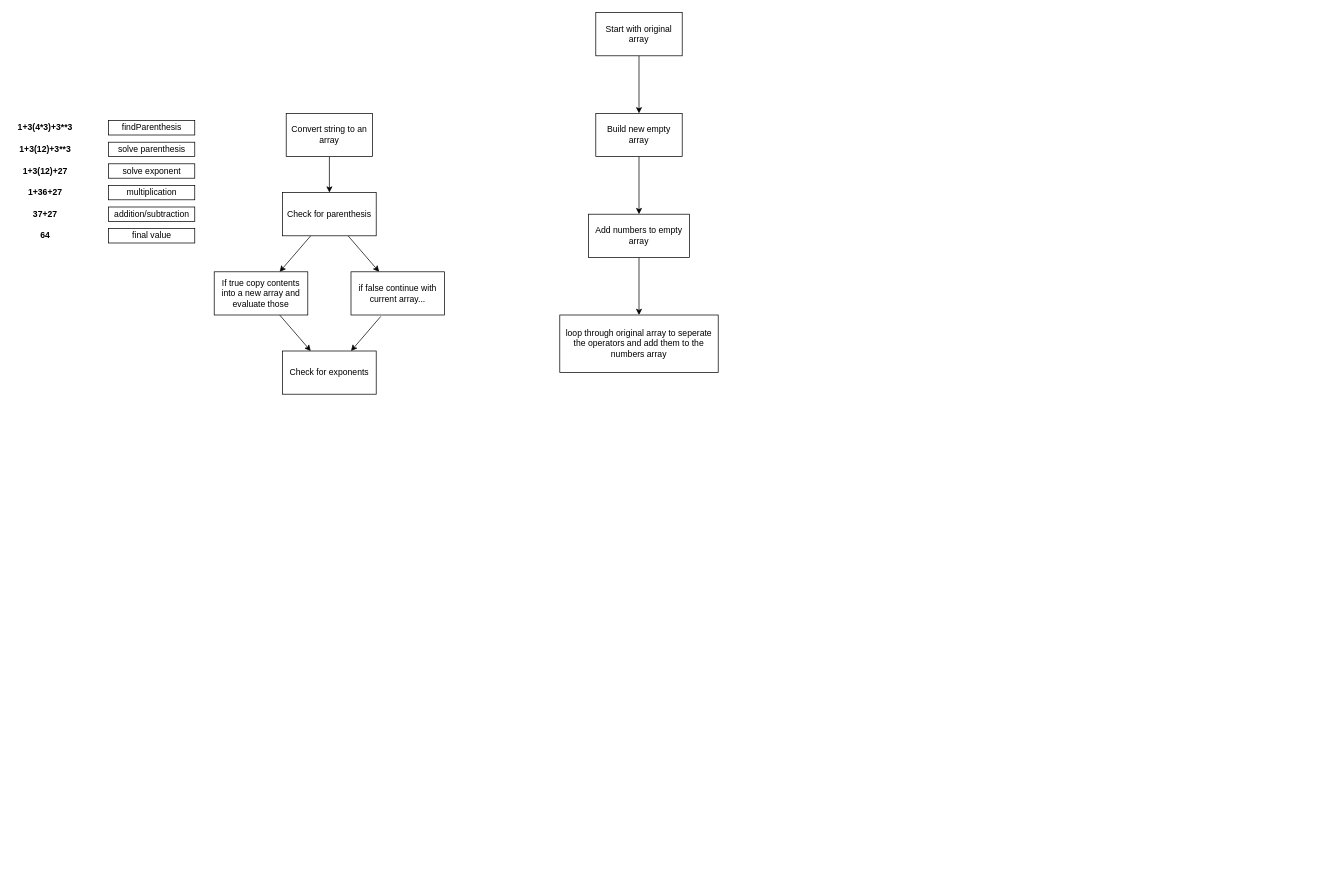
My-Code-Challenges/evaluate-strings keeps this draw.io diagram as concept.drawio. Above is the earlier version. Source tidied: cells renumbered, new cells numbered last; positions are measured from the earlier drawing's top-left corner, leaving out a move shared by most shapes. Both pictures are drawn from the tidied source at 72%, with x=0, y=0 at pixel (12, 12).
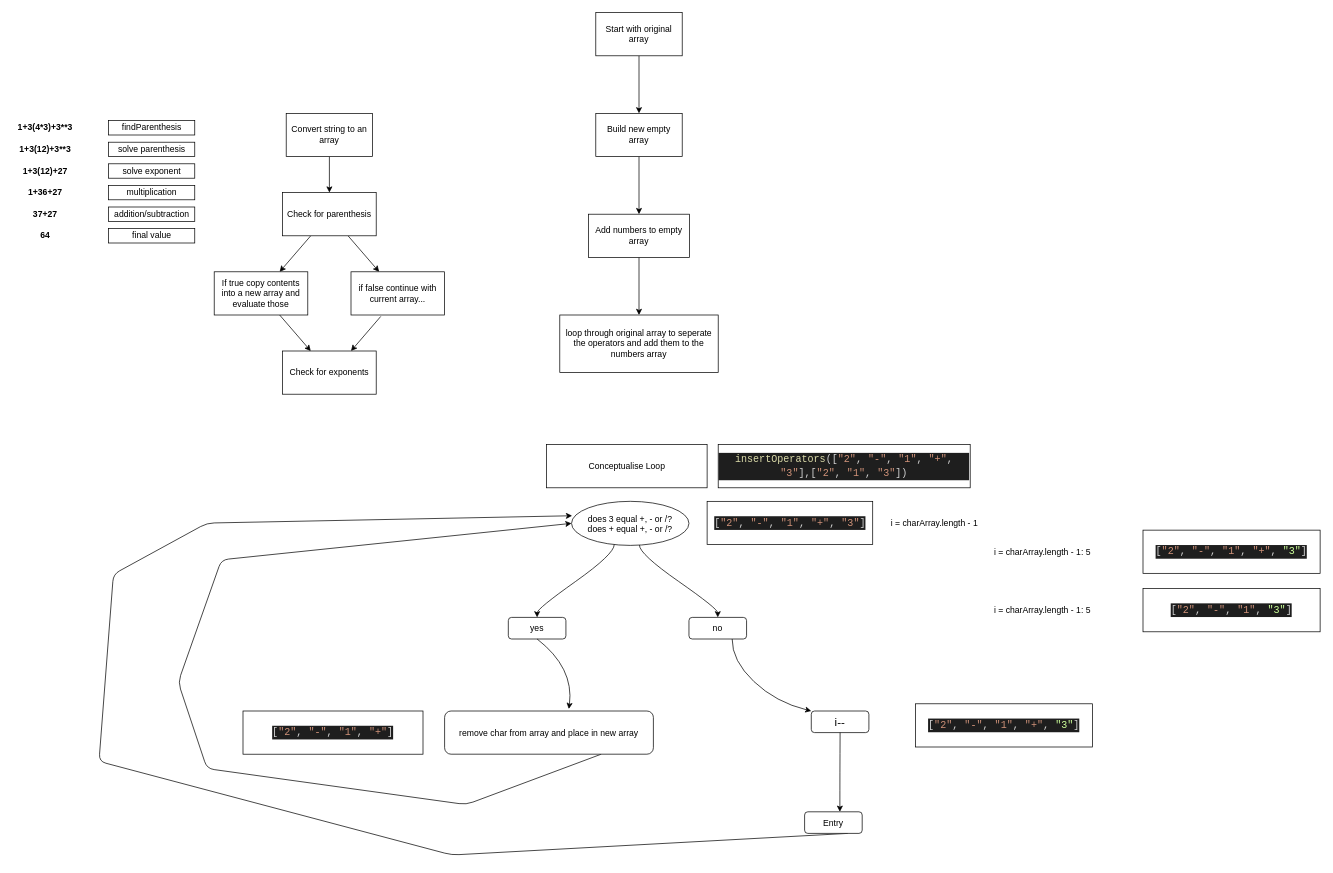
The same diagram, later.

Commit message (it also covers changes not shown here):
add insertOperatorThree which is most succinct array assembler

The edit, as a diff of the source:
```diff
@@
+    <mxCell id="37" value="Conceptualise Loop" style="whiteSpace=wrap;html=1;" parent="1" vertex="1">
+      <mxGeometry x="741.6" y="600" width="223" height="60" as="geometry" />
+    </mxCell>
+    <mxCell id="38" value="does 3 equal +, - or /?&#10;does + equal +, - or /?" style="ellipse;" parent="1" vertex="1">
+      <mxGeometry x="776.3" y="678.8" width="163.1" height="61.2" as="geometry" />
+    </mxCell>
+    <mxCell id="39" value="yes" style="rounded=1;" parent="1" vertex="1">
+      <mxGeometry x="688.5" y="840" width="80" height="30" as="geometry" />
+    </mxCell>
+    <mxCell id="40" style="curved=1;noEdgeStyle=1;orthogonal=1;" parent="1" edge="1" source="38" target="39">
+      <mxGeometry relative="1" as="geometry">
+        <Array as="points">
+          <mxPoint x="835.6" y="752" />
+          <mxPoint x="728.5" y="828" />
+        </Array>
+      </mxGeometry>
+    </mxCell>
+    <mxCell id="41" value="no" style="rounded=1;" parent="1" vertex="1">
+      <mxGeometry x="939.4" y="840" width="80" height="30" as="geometry" />
+    </mxCell>
+    <mxCell id="42" style="curved=1;noEdgeStyle=1;orthogonal=1;" parent="1" edge="1" source="38" target="41">
+      <mxGeometry relative="1" as="geometry">
+        <Array as="points">
+          <mxPoint x="870.6" y="752" />
+          <mxPoint x="979.4" y="828" />
+        </Array>
+      </mxGeometry>
+    </mxCell>
+    <mxCell id="43" style="edgeStyle=none;html=1;exitX=0.75;exitY=1;exitDx=0;exitDy=0;fontSize=16;fontColor=#CCFF99;entryX=0;entryY=0.5;entryDx=0;entryDy=0;" parent="1" edge="1" source="44" target="38">
+      <mxGeometry relative="1" as="geometry">
+        <Array as="points">
+          <mxPoint x="630" y="1100" />
+          <mxPoint x="270" y="1050" />
+          <mxPoint x="230" y="930" />
+          <mxPoint x="290" y="760" />
+        </Array>
+      </mxGeometry>
+    </mxCell>
+    <mxCell id="44" value="remove char from array and place in new array" style="rounded=1;" parent="1" vertex="1">
+      <mxGeometry x="600" y="970" width="290" height="60" as="geometry" />
+    </mxCell>
+    <mxCell id="45" style="curved=1;noEdgeStyle=1;orthogonal=1;exitX=0.5;exitY=1;exitDx=0;exitDy=0;entryX=0.595;entryY=-0.047;entryDx=0;entryDy=0;entryPerimeter=0;" parent="1" edge="1" source="39" target="44">
+      <mxGeometry relative="1" as="geometry">
+        <Array as="points">
+          <mxPoint x="780" y="910" />
+        </Array>
+      </mxGeometry>
+    </mxCell>
+    <mxCell id="46" value="i--" style="rounded=1;fontSize=16;" parent="1" vertex="1">
+      <mxGeometry x="1109.3" y="970" width="80" height="30" as="geometry" />
+    </mxCell>
+    <mxCell id="47" style="curved=1;noEdgeStyle=1;orthogonal=1;exitX=0.75;exitY=1;exitDx=0;exitDy=0;" parent="1" edge="1" source="41" target="46">
+      <mxGeometry relative="1" as="geometry">
+        <Array as="points">
+          <mxPoint x="999" y="900" />
+          <mxPoint x="1060" y="958" />
+        </Array>
+      </mxGeometry>
+    </mxCell>
+    <mxCell id="48" style="edgeStyle=none;html=1;exitX=0.75;exitY=1;exitDx=0;exitDy=0;fontSize=16;fontColor=#CCFF99;entryX=0.005;entryY=0.327;entryDx=0;entryDy=0;entryPerimeter=0;" parent="1" edge="1" source="49" target="38">
+      <mxGeometry relative="1" as="geometry">
+        <Array as="points">
+          <mxPoint x="610" y="1170" />
+          <mxPoint x="120" y="1040" />
+          <mxPoint x="140" y="780" />
+          <mxPoint x="270" y="709" />
+        </Array>
+      </mxGeometry>
+    </mxCell>
+    <mxCell id="49" value="Entry" style="rounded=1;" parent="1" vertex="1">
+      <mxGeometry x="1100" y="1110" width="80" height="30" as="geometry" />
+    </mxCell>
+    <mxCell id="50" style="curved=1;noEdgeStyle=1;orthogonal=1;exitX=0.5;exitY=1;exitDx=0;exitDy=0;" parent="1" edge="1" source="46" target="49">
+      <mxGeometry relative="1" as="geometry">
+        <Array as="points">
+          <mxPoint x="1149" y="1060" />
+        </Array>
+      </mxGeometry>
+    </mxCell>
+    <mxCell id="51" value="&lt;div style=&quot;color: rgb(212 , 212 , 212) ; background-color: rgb(30 , 30 , 30) ; font-family: &amp;#34;consolas&amp;#34; , &amp;#34;courier new&amp;#34; , monospace ; font-size: 14px ; line-height: 19px&quot;&gt;&lt;span style=&quot;color: #dcdcaa&quot;&gt;insertOperators&lt;/span&gt;([&lt;span style=&quot;color: #ce9178&quot;&gt;&quot;2&quot;&lt;/span&gt;, &lt;span style=&quot;color: #ce9178&quot;&gt;&quot;-&quot;&lt;/span&gt;, &lt;span style=&quot;color: #ce9178&quot;&gt;&quot;1&quot;&lt;/span&gt;, &lt;span style=&quot;color: #ce9178&quot;&gt;&quot;+&quot;&lt;/span&gt;, &lt;span style=&quot;color: #ce9178&quot;&gt;&quot;3&quot;&lt;/span&gt;],[&lt;span style=&quot;color: #ce9178&quot;&gt;&quot;2&quot;&lt;/span&gt;, &lt;span style=&quot;color: #ce9178&quot;&gt;&quot;1&quot;&lt;/span&gt;, &lt;span style=&quot;color: #ce9178&quot;&gt;&quot;3&quot;&lt;/span&gt;])&lt;/div&gt;" style="whiteSpace=wrap;html=1;" parent="1" vertex="1">
+      <mxGeometry x="980" y="600" width="350" height="60" as="geometry" />
+    </mxCell>
+    <mxCell id="52" value="i = charArray.length - 1" style="text;html=1;align=center;verticalAlign=middle;strokeColor=none;fillColor=none;" parent="1" vertex="1">
+      <mxGeometry x="1210" y="698.8" width="140" height="20" as="geometry" />
+    </mxCell>
+    <mxCell id="53" value="&lt;div style=&quot;color: rgb(212 , 212 , 212) ; background-color: rgb(30 , 30 , 30) ; font-family: &amp;#34;consolas&amp;#34; , &amp;#34;courier new&amp;#34; , monospace ; font-size: 14px ; line-height: 19px&quot;&gt;[&lt;span style=&quot;color: #ce9178&quot;&gt;&quot;2&quot;&lt;/span&gt;, &lt;span style=&quot;color: #ce9178&quot;&gt;&quot;-&quot;&lt;/span&gt;, &lt;span style=&quot;color: #ce9178&quot;&gt;&quot;1&quot;&lt;/span&gt;, &lt;span style=&quot;color: #ce9178&quot;&gt;&quot;+&quot;&lt;/span&gt;, &lt;span style=&quot;color: #ce9178&quot;&gt;&quot;3&quot;&lt;/span&gt;]&lt;/div&gt;" style="whiteSpace=wrap;html=1;" parent="1" vertex="1">
+      <mxGeometry x="964.6" y="678.8" width="230" height="60" as="geometry" />
+    </mxCell>
+    <mxCell id="54" value="&lt;div style=&quot;background-color: rgb(30 , 30 , 30) ; font-family: &amp;#34;consolas&amp;#34; , &amp;#34;courier new&amp;#34; , monospace ; font-size: 14px ; line-height: 19px&quot;&gt;&lt;font color=&quot;#d4d4d4&quot;&gt;[&lt;/font&gt;&lt;span style=&quot;color: rgb(206 , 145 , 120)&quot;&gt;&quot;2&quot;&lt;/span&gt;&lt;font color=&quot;#d4d4d4&quot;&gt;, &lt;/font&gt;&lt;span style=&quot;color: rgb(206 , 145 , 120)&quot;&gt;&quot;-&quot;&lt;/span&gt;&lt;font color=&quot;#d4d4d4&quot;&gt;, &lt;/font&gt;&lt;span style=&quot;color: rgb(206 , 145 , 120)&quot;&gt;&quot;1&quot;&lt;/span&gt;&lt;font color=&quot;#d4d4d4&quot;&gt;, &lt;/font&gt;&lt;span style=&quot;color: rgb(206 , 145 , 120)&quot;&gt;&quot;+&quot;&lt;/span&gt;&lt;font color=&quot;#d4d4d4&quot;&gt;, &lt;/font&gt;&lt;font color=&quot;#ccff99&quot;&gt;&quot;3&quot;&lt;/font&gt;&lt;font color=&quot;#d4d4d4&quot;&gt;]&lt;/font&gt;&lt;/div&gt;" style="whiteSpace=wrap;html=1;" parent="1" vertex="1">
+      <mxGeometry x="1254" y="960" width="246" height="60" as="geometry" />
+    </mxCell>
+    <mxCell id="55" value="&lt;div style=&quot;color: rgb(212 , 212 , 212) ; background-color: rgb(30 , 30 , 30) ; font-family: &amp;#34;consolas&amp;#34; , &amp;#34;courier new&amp;#34; , monospace ; font-size: 14px ; line-height: 19px&quot;&gt;[&lt;span style=&quot;color: #ce9178&quot;&gt;&quot;2&quot;&lt;/span&gt;, &lt;span style=&quot;color: #ce9178&quot;&gt;&quot;-&quot;&lt;/span&gt;, &lt;span style=&quot;color: #ce9178&quot;&gt;&quot;1&quot;&lt;/span&gt;, &lt;span style=&quot;color: #ce9178&quot;&gt;&quot;+&quot;&lt;/span&gt;]&lt;/div&gt;" style="whiteSpace=wrap;html=1;labelBackgroundColor=#66B2FF;fontColor=#CCFF99;" parent="1" vertex="1">
+      <mxGeometry x="320" y="970" width="250" height="60" as="geometry" />
+    </mxCell>
+    <mxCell id="56" value="&lt;div style=&quot;background-color: rgb(30 , 30 , 30) ; font-family: &amp;#34;consolas&amp;#34; , &amp;#34;courier new&amp;#34; , monospace ; font-size: 14px ; line-height: 19px&quot;&gt;&lt;font color=&quot;#d4d4d4&quot;&gt;[&lt;/font&gt;&lt;span style=&quot;color: rgb(206 , 145 , 120)&quot;&gt;&quot;2&quot;&lt;/span&gt;&lt;font color=&quot;#d4d4d4&quot;&gt;, &lt;/font&gt;&lt;span style=&quot;color: rgb(206 , 145 , 120)&quot;&gt;&quot;-&quot;&lt;/span&gt;&lt;font color=&quot;#d4d4d4&quot;&gt;, &lt;/font&gt;&lt;span style=&quot;color: rgb(206 , 145 , 120)&quot;&gt;&quot;1&quot;&lt;/span&gt;&lt;font color=&quot;#d4d4d4&quot;&gt;, &lt;/font&gt;&lt;span style=&quot;color: rgb(206 , 145 , 120)&quot;&gt;&quot;+&quot;&lt;/span&gt;&lt;font color=&quot;#d4d4d4&quot;&gt;, &lt;/font&gt;&lt;font color=&quot;#ccff99&quot;&gt;&quot;3&quot;&lt;/font&gt;&lt;font color=&quot;#d4d4d4&quot;&gt;]&lt;/font&gt;&lt;/div&gt;" style="whiteSpace=wrap;html=1;" parent="1" vertex="1">
+      <mxGeometry x="1570" y="718.8" width="246" height="60" as="geometry" />
+    </mxCell>
+    <mxCell id="57" value="&lt;div style=&quot;background-color: rgb(30 , 30 , 30) ; font-family: &amp;#34;consolas&amp;#34; , &amp;#34;courier new&amp;#34; , monospace ; font-size: 14px ; line-height: 19px&quot;&gt;&lt;font color=&quot;#d4d4d4&quot;&gt;[&lt;/font&gt;&lt;span style=&quot;color: rgb(206 , 145 , 120)&quot;&gt;&quot;2&quot;&lt;/span&gt;&lt;font color=&quot;#d4d4d4&quot;&gt;, &lt;/font&gt;&lt;span style=&quot;color: rgb(206 , 145 , 120)&quot;&gt;&quot;-&quot;&lt;/span&gt;&lt;font color=&quot;#d4d4d4&quot;&gt;, &lt;/font&gt;&lt;span style=&quot;color: rgb(206 , 145 , 120)&quot;&gt;&quot;1&quot;&lt;/span&gt;&lt;font color=&quot;#d4d4d4&quot;&gt;,&lt;/font&gt;&lt;font color=&quot;#d4d4d4&quot;&gt;&amp;nbsp;&lt;/font&gt;&lt;font color=&quot;#ccff99&quot;&gt;&quot;3&quot;&lt;/font&gt;&lt;font color=&quot;#d4d4d4&quot;&gt;]&lt;/font&gt;&lt;/div&gt;" style="whiteSpace=wrap;html=1;" parent="1" vertex="1">
+      <mxGeometry x="1570" y="800" width="246" height="60" as="geometry" />
+    </mxCell>
+    <mxCell id="58" value="i = charArray.length - 1: 5" style="text;html=1;align=center;verticalAlign=middle;strokeColor=none;fillColor=none;" parent="1" vertex="1">
+      <mxGeometry x="1355" y="740" width="150" height="20" as="geometry" />
+    </mxCell>
+    <mxCell id="59" value="i = charArray.length - 1: 5" style="text;html=1;align=center;verticalAlign=middle;strokeColor=none;fillColor=none;" parent="1" vertex="1">
+      <mxGeometry x="1355" y="820" width="150" height="20" as="geometry" />
+    </mxCell>
```
